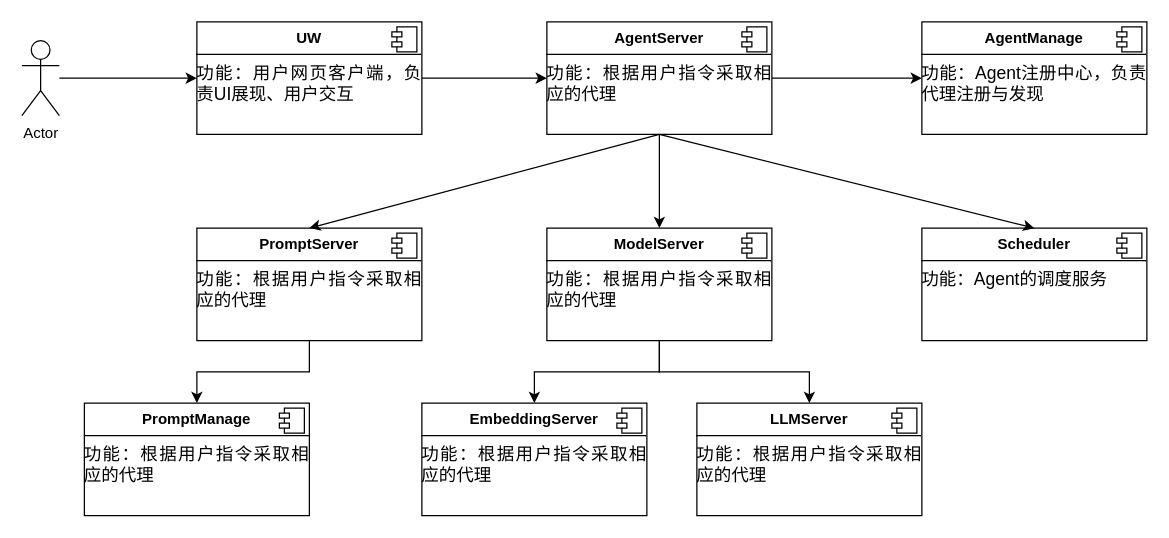
This is 未命名绘图.drawio from KeeaattJj/TestMyProject, a draw.io file, before an edit. Source tidied: cells renumbered, new cells numbered last; positions are measured from the earlier drawing's top-left corner, leaving out a move shared by most shapes. Both pictures are drawn from the tidied source at 125%, with x=0, y=0 at pixel (21, 21).
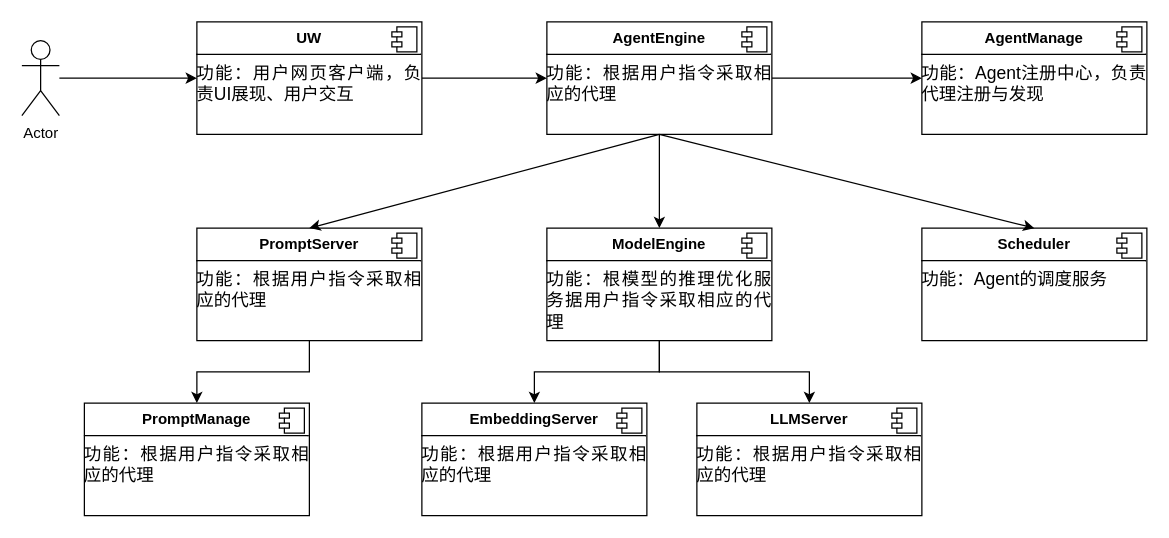
The same page after the edit.

Commit message:
更新未命名绘图.drawio

Diff of the diagram source:
```diff
@@
-    <mxCell id="9" value="&lt;p style=&quot;margin:0px;margin-top:6px;text-align:center;&quot;&gt;&lt;b&gt;AgentServer&lt;/b&gt;&lt;/p&gt;&lt;hr size=&quot;1&quot; style=&quot;border-style:solid;&quot;&gt;&lt;p style=&quot;margin: 0pt 0pt 0.0001pt; text-align: justify;&quot; class=&quot;MsoNormal&quot;&gt;&lt;span style=&quot;font-family: 微软雅黑; font-size: 10.5pt;&quot;&gt;功能：&lt;/span&gt;&lt;span style=&quot;background-color: initial; text-align: left; font-size: 14px;&quot;&gt;&lt;font face=&quot;微软雅黑&quot;&gt;根据用户指令采取相应的代理&lt;/font&gt;&lt;/span&gt;&lt;/p&gt;" style="align=left;overflow=fill;html=1;whiteSpace=wrap;" parent="1" vertex="1">
+    <mxCell id="9" value="&lt;p style=&quot;margin:0px;margin-top:6px;text-align:center;&quot;&gt;&lt;b&gt;AgentEngine&lt;/b&gt;&lt;/p&gt;&lt;hr size=&quot;1&quot; style=&quot;border-style:solid;&quot;&gt;&lt;p style=&quot;margin: 0pt 0pt 0.0001pt; text-align: justify;&quot; class=&quot;MsoNormal&quot;&gt;&lt;span style=&quot;font-family: 微软雅黑; font-size: 10.5pt;&quot;&gt;功能：&lt;/span&gt;&lt;span style=&quot;background-color: initial; text-align: left; font-size: 14px;&quot;&gt;&lt;font face=&quot;微软雅黑&quot;&gt;根据用户指令采取相应的代理&lt;/font&gt;&lt;/span&gt;&lt;/p&gt;" style="align=left;overflow=fill;html=1;whiteSpace=wrap;" parent="1" vertex="1">
       <mxGeometry x="420" width="180" height="90" as="geometry" />
     </mxCell>
@@
-    <mxCell id="19" value="&lt;p style=&quot;margin:0px;margin-top:6px;text-align:center;&quot;&gt;&lt;b&gt;ModelServer&lt;/b&gt;&lt;/p&gt;&lt;hr size=&quot;1&quot; style=&quot;border-style:solid;&quot;&gt;&lt;p style=&quot;margin: 0pt 0pt 0.0001pt; text-align: justify;&quot; class=&quot;MsoNormal&quot;&gt;&lt;span style=&quot;font-family: 微软雅黑; font-size: 10.5pt;&quot;&gt;功能：&lt;/span&gt;&lt;span style=&quot;background-color: initial; text-align: left; font-size: 14px;&quot;&gt;&lt;font face=&quot;微软雅黑&quot;&gt;根据用户指令采取相应的代理&lt;/font&gt;&lt;/span&gt;&lt;/p&gt;" style="align=left;overflow=fill;html=1;whiteSpace=wrap;" parent="1" vertex="1">
+    <mxCell id="19" value="&lt;p style=&quot;margin:0px;margin-top:6px;text-align:center;&quot;&gt;&lt;b&gt;ModelEngine&lt;/b&gt;&lt;/p&gt;&lt;hr size=&quot;1&quot; style=&quot;border-style:solid;&quot;&gt;&lt;p style=&quot;margin: 0pt 0pt 0.0001pt; text-align: justify;&quot; class=&quot;MsoNormal&quot;&gt;&lt;span style=&quot;font-family: 微软雅黑; font-size: 10.5pt;&quot;&gt;功能：&lt;/span&gt;&lt;span style=&quot;background-color: initial; text-align: left; font-size: 14px;&quot;&gt;&lt;font face=&quot;微软雅黑&quot;&gt;根模型的推理优化服务据用户指令采取相应的代理&lt;/font&gt;&lt;/span&gt;&lt;/p&gt;" style="align=left;overflow=fill;html=1;whiteSpace=wrap;" parent="1" vertex="1">
       <mxGeometry x="420" y="165" width="180" height="90" as="geometry" />
     </mxCell>
```
